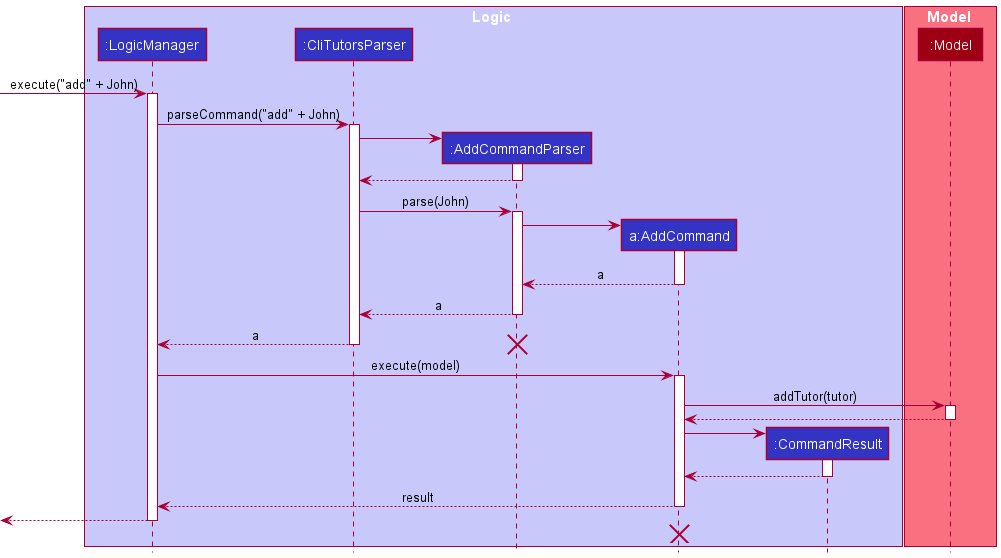
This is docs/images/AddCommandSequenceDiagram.png from tenebrius1/tp, a PlantUML export, as it was before one commit.
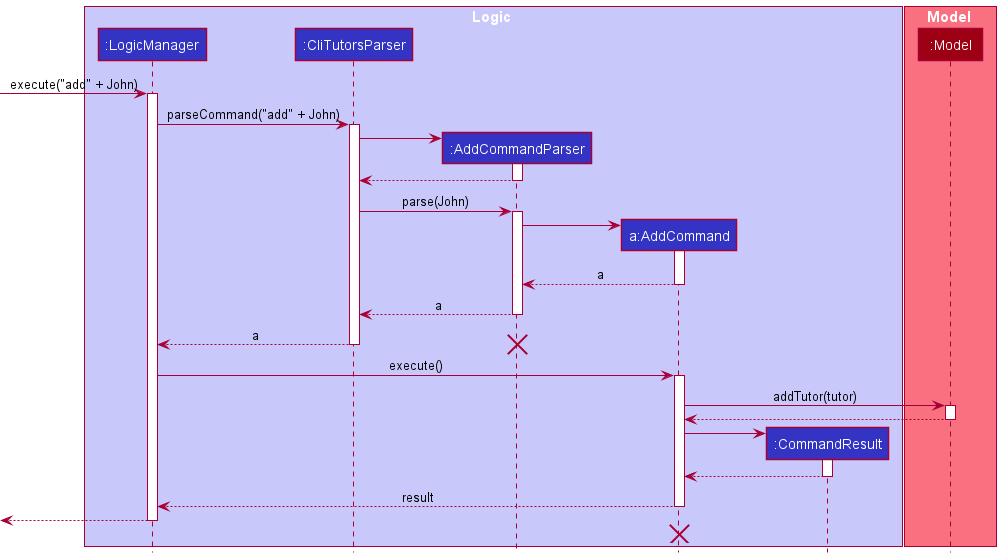
After the change.

Commit message:
Remove model from execute(model)

What changed in the source:
```diff
@@ -42,7 +42,7 @@
 deactivate CliTutorsParser
 destroy AddCommandParser
 
-LogicManager -> AddCommand : execute(model)
+LogicManager -> AddCommand : execute()
 activate AddCommand
 
 AddCommand -> Model : addTutor(tutor)
```
